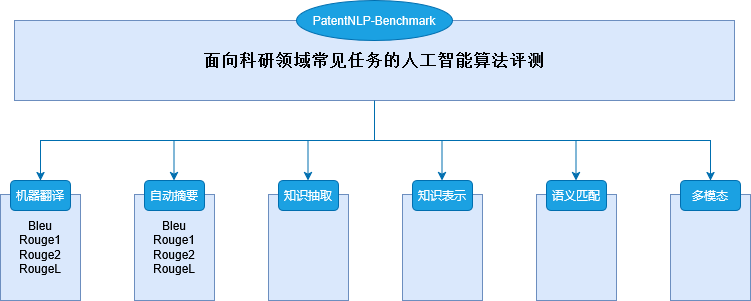
Before: resources/img/评测类型图.png, a diagram exported from draw.io (openKG-field/PatentNLP-Benchmark). Source tidied: cells renumbered, new cells last; positions are measured from the earlier drawing's top-left corner, leaving out a move shared by most shapes.
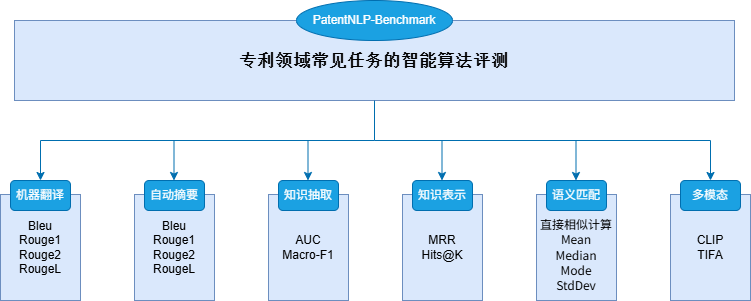
After the commit.

Diff of the diagram source:
```diff
@@ -2,7 +2,7 @@
   <root>
     <mxCell id="0" />
     <mxCell id="1" parent="0" />
-    <mxCell id="2" value="&lt;font style=&quot;font-size: 17px;&quot;&gt;&lt;b style=&quot;mso-bidi-font-weight:normal&quot;&gt;&lt;span style=&quot;line-height: 200%; font-family: 宋体;&quot;&gt;面向科研领域常见任务的人工智能算法评测&lt;/span&gt;&lt;/b&gt;&lt;/font&gt;" style="rounded=0;whiteSpace=wrap;html=1;strokeColor=#6c8ebf;fillColor=#dae8fc;" parent="1" vertex="1">
+    <mxCell id="2" value="&lt;font style=&quot;font-size: 17px;&quot;&gt;&lt;b style=&quot;mso-bidi-font-weight:normal&quot;&gt;&lt;span style=&quot;line-height: 200%; font-family: 宋体;&quot;&gt;专利领域常见任务的智能算法评测&lt;/span&gt;&lt;/b&gt;&lt;/font&gt;" style="rounded=0;whiteSpace=wrap;html=1;strokeColor=#6c8ebf;fillColor=#dae8fc;" parent="1" vertex="1">
       <mxGeometry x="14" y="20" width="720" height="80" as="geometry" />
     </mxCell>
     <mxCell id="3" style="endArrow=none;html=1;rounded=0;entryX=0.5;entryY=1;entryDx=0;entryDy=0;strokeColor=#006EAF;fillColor=#1ba1e2;" parent="1" edge="1" target="2">
@@ -45,7 +45,7 @@
         <mxPoint x="307.5" y="180" as="targetPoint" />
       </mxGeometry>
     </mxCell>
-    <mxCell id="12" style="rounded=0;whiteSpace=wrap;html=1;fillColor=#dae8fc;strokeColor=#6c8ebf;" parent="1" vertex="1">
+    <mxCell id="12" value="&lt;div&gt;AUC&lt;/div&gt;&lt;div&gt;Macro-F1&lt;/div&gt;" style="rounded=0;whiteSpace=wrap;html=1;fillColor=#dae8fc;strokeColor=#6c8ebf;" parent="1" vertex="1">
       <mxGeometry x="268" y="194" width="80" height="106" as="geometry" />
     </mxCell>
     <mxCell id="13" value="知识抽取" style="rounded=1;whiteSpace=wrap;html=1;fillColor=#1ba1e2;fontColor=#ffffff;strokeColor=#006EAF;" parent="1" vertex="1">
@@ -60,19 +60,19 @@
         </Array>
       </mxGeometry>
     </mxCell>
-    <mxCell id="15" style="rounded=0;whiteSpace=wrap;html=1;fillColor=#dae8fc;strokeColor=#6c8ebf;" parent="1" vertex="1">
+    <mxCell id="15" value="&lt;div&gt;MRR&lt;/div&gt;&lt;div&gt;Hits@K&lt;/div&gt;" style="rounded=0;whiteSpace=wrap;html=1;fillColor=#dae8fc;strokeColor=#6c8ebf;" parent="1" vertex="1">
       <mxGeometry x="402" y="194" width="80" height="106" as="geometry" />
     </mxCell>
     <mxCell id="16" value="知识表示" style="rounded=1;whiteSpace=wrap;html=1;fillColor=#1ba1e2;fontColor=#ffffff;strokeColor=#006EAF;" parent="1" vertex="1">
       <mxGeometry x="412" y="180" width="60" height="30" as="geometry" />
     </mxCell>
-    <mxCell id="17" style="rounded=0;whiteSpace=wrap;html=1;fillColor=#dae8fc;strokeColor=#6c8ebf;" parent="1" vertex="1">
+    <mxCell id="17" value="&lt;div&gt;&lt;span style=&quot;line-height: 115%; font-family: &amp;quot;MS Mincho&amp;quot;;&quot; lang=&quot;EN-US&quot;&gt;&lt;font&gt;&lt;br&gt;&lt;/font&gt;&lt;/span&gt;&lt;/div&gt;&lt;span style=&quot;line-height: 115%; font-family: &amp;quot;MS Mincho&amp;quot;;&quot; lang=&quot;EN-US&quot;&gt;&lt;font&gt;直接相似计算&lt;br&gt;Mean&lt;/font&gt;&lt;/span&gt;&lt;div&gt;&lt;span style=&quot;line-height: 115%; font-family: &amp;quot;MS Mincho&amp;quot;;&quot; lang=&quot;EN-US&quot;&gt;&lt;font&gt;Median&lt;/font&gt;&lt;/span&gt;&lt;/div&gt;&lt;div&gt;&lt;font face=&quot;MS Mincho&quot;&gt;Mode&lt;/font&gt;&lt;/div&gt;&lt;div&gt;&lt;font face=&quot;MS Mincho&quot;&gt;StdDev&lt;/font&gt;&lt;/div&gt;" style="rounded=0;whiteSpace=wrap;html=1;fillColor=#dae8fc;strokeColor=#6c8ebf;" parent="1" vertex="1">
       <mxGeometry x="536" y="194" width="80" height="106" as="geometry" />
     </mxCell>
     <mxCell id="18" value="语义匹配" style="rounded=1;whiteSpace=wrap;html=1;fillColor=#1ba1e2;fontColor=#ffffff;strokeColor=#006EAF;" parent="1" vertex="1">
       <mxGeometry x="546" y="180" width="60" height="30" as="geometry" />
     </mxCell>
-    <mxCell id="19" style="rounded=0;whiteSpace=wrap;html=1;fillColor=#dae8fc;strokeColor=#6c8ebf;" parent="1" vertex="1">
+    <mxCell id="19" value="CLIP&lt;div&gt;TIFA&lt;/div&gt;" style="rounded=0;whiteSpace=wrap;html=1;fillColor=#dae8fc;strokeColor=#6c8ebf;" parent="1" vertex="1">
       <mxGeometry x="670" y="194" width="80" height="106" as="geometry" />
     </mxCell>
     <mxCell id="20" value="多模态" style="rounded=1;whiteSpace=wrap;html=1;fillColor=#1ba1e2;fontColor=#ffffff;strokeColor=#006EAF;" parent="1" vertex="1">
```
